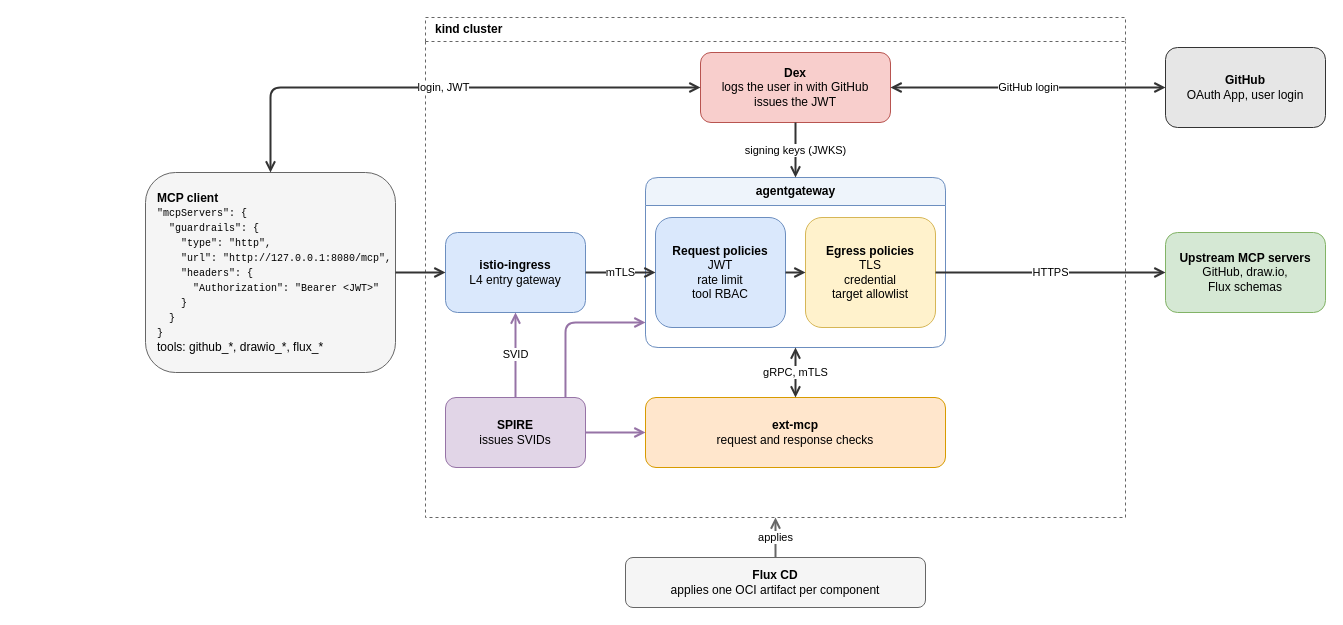
Above: code/mcp-sandbox/part-3-mcp-guardrails/docs/diagrams/architecture.drawio in raghav19/engineersdaybook (draw.io), before the change. Source tidied: cells renumbered, new cells numbered last; positions are measured from the earlier drawing's top-left corner, leaving out a move shared by most shapes. Both pictures are drawn from the tidied source at 100%, with x=0, y=0 at pixel (145, 17).
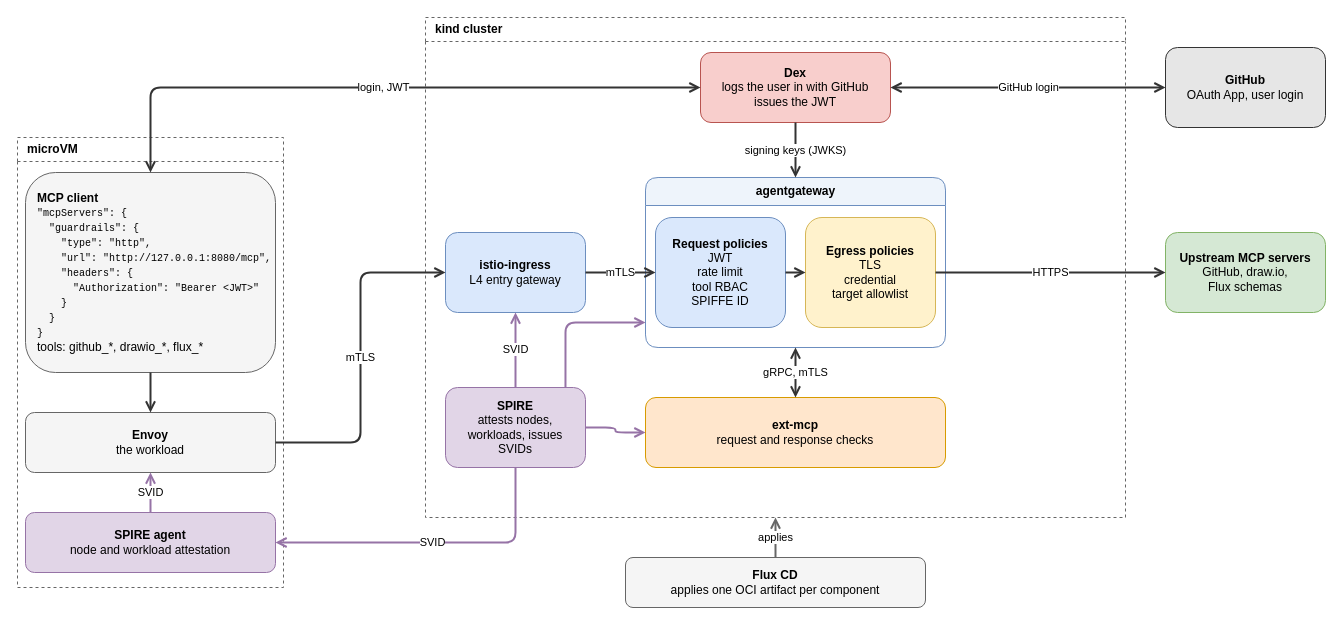
After the change.

Unchanged cells that the change refers to:
```xml
<mxCell id="2" value="kind cluster" style="swimlane;startSize=24;fillColor=none;strokeColor=#666666;dashed=1;fontStyle=1;html=1;align=left;spacingLeft=8;" parent="1" vertex="1">
  <mxGeometry x="280" width="700" height="500" as="geometry" />
</mxCell>
<mxCell id="4" value="&lt;b&gt;istio-ingress&lt;/b&gt;&lt;br&gt;L4 entry gateway" style="rounded=1;whiteSpace=wrap;html=1;fillColor=#dae8fc;strokeColor=#6c8ebf;fontColor=#000000;" parent="2" vertex="1">
  <mxGeometry x="20" y="215" width="140" height="80" as="geometry" />
</mxCell>
<mxCell id="5" value="agentgateway" style="swimlane;startSize=28;fillColor=#eef4fb;strokeColor=#6c8ebf;fontStyle=1;rounded=1;html=1;" parent="2" vertex="1">
  <mxGeometry x="220" y="160" width="300" height="170" as="geometry" />
</mxCell>
```

The edit, as a diff of the source:
```diff
@@
+    <mxCell id="26" value="microVM" style="swimlane;startSize=24;fillColor=none;strokeColor=#666666;dashed=1;fontStyle=1;html=1;align=left;spacingLeft=8;" parent="1" vertex="1">
+      <mxGeometry x="-128" y="120" width="266" height="450" as="geometry" />
+    </mxCell>
-    <mxCell id="3" value="&lt;b&gt;MCP client&lt;/b&gt;&lt;br&gt;&lt;font face='Courier New' style='font-size:10px'&gt;&quot;mcpServers&quot;: {&lt;br&gt;&amp;nbsp;&amp;nbsp;&quot;guardrails&quot;: {&lt;br&gt;&amp;nbsp;&amp;nbsp;&amp;nbsp;&amp;nbsp;&quot;type&quot;: &quot;http&quot;,&lt;br&gt;&amp;nbsp;&amp;nbsp;&amp;nbsp;&amp;nbsp;&quot;url&quot;: &quot;http://127.0.0.1:8080/mcp&quot;,&lt;br&gt;&amp;nbsp;&amp;nbsp;&amp;nbsp;&amp;nbsp;&quot;headers&quot;: {&lt;br&gt;&amp;nbsp;&amp;nbsp;&amp;nbsp;&amp;nbsp;&amp;nbsp;&amp;nbsp;&quot;Authorization&quot;: &quot;Bearer &amp;lt;JWT&amp;gt;&quot;&lt;br&gt;&amp;nbsp;&amp;nbsp;&amp;nbsp;&amp;nbsp;}&lt;br&gt;&amp;nbsp;&amp;nbsp;}&lt;br&gt;}&lt;/font&gt;&lt;br&gt;tools: github_*, drawio_*, flux_*" style="rounded=1;whiteSpace=wrap;html=1;align=left;spacingLeft=10;fillColor=#f5f5f5;strokeColor=#666666;fontColor=#000000;" parent="1" vertex="1">
-      <mxGeometry y="155" width="250" height="200" as="geometry" />
+    <mxCell id="3" value="&lt;b&gt;MCP client&lt;/b&gt;&lt;br&gt;&lt;font face='Courier New' style='font-size:10px'&gt;&quot;mcpServers&quot;: {&lt;br&gt;&amp;nbsp;&amp;nbsp;&quot;guardrails&quot;: {&lt;br&gt;&amp;nbsp;&amp;nbsp;&amp;nbsp;&amp;nbsp;&quot;type&quot;: &quot;http&quot;,&lt;br&gt;&amp;nbsp;&amp;nbsp;&amp;nbsp;&amp;nbsp;&quot;url&quot;: &quot;http://127.0.0.1:8080/mcp&quot;,&lt;br&gt;&amp;nbsp;&amp;nbsp;&amp;nbsp;&amp;nbsp;&quot;headers&quot;: {&lt;br&gt;&amp;nbsp;&amp;nbsp;&amp;nbsp;&amp;nbsp;&amp;nbsp;&amp;nbsp;&quot;Authorization&quot;: &quot;Bearer &amp;lt;JWT&amp;gt;&quot;&lt;br&gt;&amp;nbsp;&amp;nbsp;&amp;nbsp;&amp;nbsp;}&lt;br&gt;&amp;nbsp;&amp;nbsp;}&lt;br&gt;}&lt;/font&gt;&lt;br&gt;tools: github_*, drawio_*, flux_*" style="rounded=1;whiteSpace=wrap;html=1;align=left;spacingLeft=10;fillColor=#f5f5f5;strokeColor=#666666;fontColor=#000000;" parent="26" vertex="1">
+      <mxGeometry x="8" y="35" width="250" height="200" as="geometry" />
     </mxCell>
+    <mxCell id="27" value="&lt;b&gt;Envoy&lt;/b&gt;&lt;br&gt;the workload" style="rounded=1;whiteSpace=wrap;html=1;fillColor=#f5f5f5;strokeColor=#666666;fontColor=#000000;" parent="26" vertex="1">
+      <mxGeometry x="8" y="275" width="250" height="60" as="geometry" />
+    </mxCell>
+    <mxCell id="28" value="&lt;b&gt;SPIRE agent&lt;/b&gt;&lt;br&gt;node and workload attestation" style="rounded=1;whiteSpace=wrap;html=1;fillColor=#e1d5e7;strokeColor=#9673a6;fontColor=#000000;" parent="26" vertex="1">
+      <mxGeometry x="8" y="375" width="250" height="60" as="geometry" />
+    </mxCell>
@@
-    <mxCell id="6" value="&lt;b&gt;Request policies&lt;/b&gt;&lt;br&gt;JWT&lt;br&gt;rate limit&lt;br&gt;tool RBAC" style="rounded=1;whiteSpace=wrap;html=1;fillColor=#dae8fc;strokeColor=#6c8ebf;fontColor=#000000;" parent="5" vertex="1">
+    <mxCell id="6" value="&lt;b&gt;Request policies&lt;/b&gt;&lt;br&gt;JWT&lt;br&gt;rate limit&lt;br&gt;tool RBAC&lt;br&gt;SPIFFE ID" style="rounded=1;whiteSpace=wrap;html=1;fillColor=#dae8fc;strokeColor=#6c8ebf;fontColor=#000000;" parent="5" vertex="1">
       <mxGeometry x="10" y="40" width="130" height="110" as="geometry" />
     </mxCell>
@@
-    <mxCell id="9" value="&lt;b&gt;SPIRE&lt;/b&gt;&lt;br&gt;issues SVIDs" style="rounded=1;whiteSpace=wrap;html=1;fillColor=#e1d5e7;strokeColor=#9673a6;fontColor=#000000;" parent="2" vertex="1">
-      <mxGeometry x="20" y="380" width="140" height="70" as="geometry" />
+    <mxCell id="9" value="&lt;b&gt;SPIRE&lt;/b&gt;&lt;br&gt;attests nodes,&lt;br&gt;workloads, issues&lt;br&gt;SVIDs" style="rounded=1;whiteSpace=wrap;html=1;fillColor=#e1d5e7;strokeColor=#9673a6;fontColor=#000000;" parent="2" vertex="1">
+      <mxGeometry x="20" y="370" width="140" height="80" as="geometry" />
     </mxCell>
@@
-    <mxCell id="14" style="edgeStyle=orthogonalEdgeStyle;rounded=1;html=1;endArrow=open;endSize=7;strokeWidth=2;strokeColor=#333333;" parent="1" edge="1" source="3" target="4">
+    <mxCell id="14" value="mTLS" style="edgeStyle=orthogonalEdgeStyle;rounded=1;html=1;endArrow=open;endSize=7;strokeWidth=2;strokeColor=#333333;exitX=1;exitY=0.5;entryX=0;entryY=0.5;" parent="1" edge="1" source="27" target="4">
       <mxGeometry relative="1" as="geometry" />
     </mxCell>
@@
+    <mxCell id="29" style="edgeStyle=orthogonalEdgeStyle;rounded=1;html=1;endArrow=open;endSize=7;strokeWidth=2;strokeColor=#333333;" parent="1" edge="1" source="3" target="27">
+      <mxGeometry relative="1" as="geometry" />
+    </mxCell>
+    <mxCell id="30" value="SVID" style="edgeStyle=orthogonalEdgeStyle;rounded=1;html=1;endArrow=open;endSize=7;strokeWidth=2;strokeColor=#9673a6;" parent="1" edge="1" source="28" target="27">
+      <mxGeometry relative="1" as="geometry" />
+    </mxCell>
+    <mxCell id="31" value="SVID" style="edgeStyle=orthogonalEdgeStyle;rounded=1;html=1;endArrow=open;endSize=7;strokeWidth=2;strokeColor=#9673a6;exitX=0.5;exitY=1;entryX=1;entryY=0.5;" parent="1" edge="1" source="9" target="28">
+      <mxGeometry relative="1" as="geometry" />
+    </mxCell>
```
